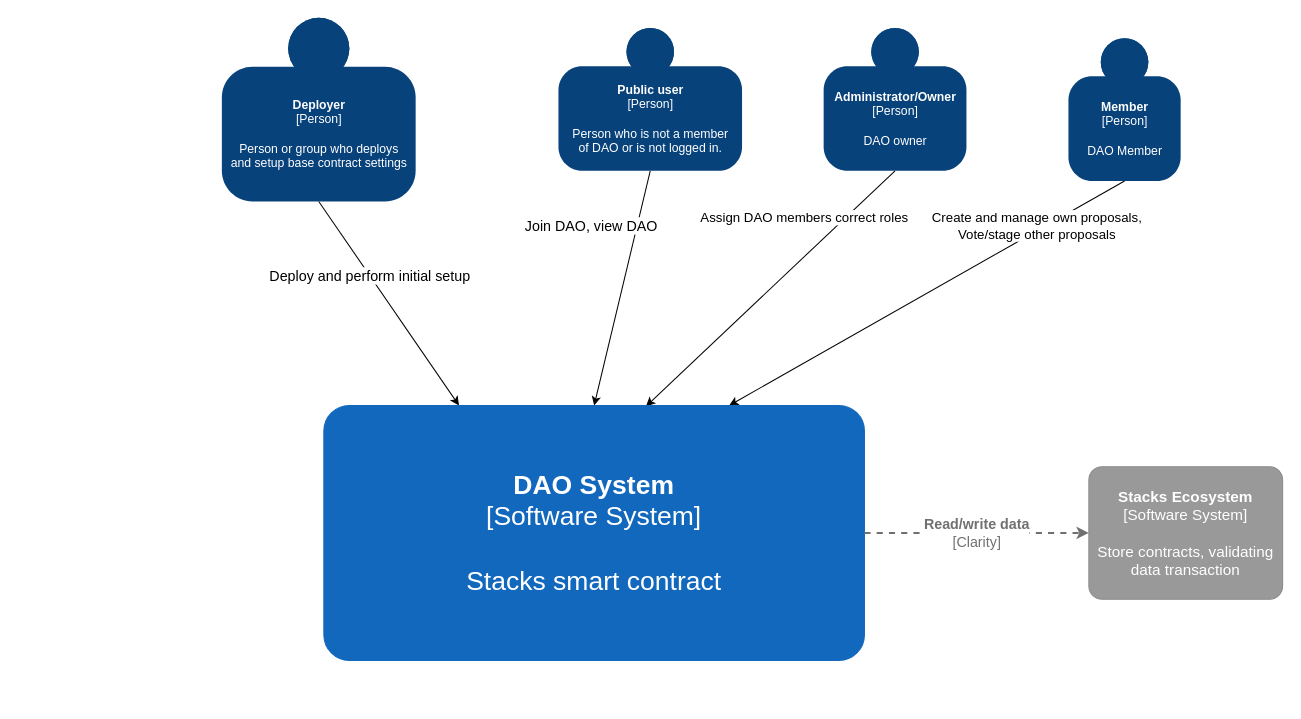
This is docs/DAO-1.2-layer1.drawio from syvita/daoos, a draw.io file, before an edit. Source tidied: cells renumbered, new cells numbered last; positions are measured from the earlier drawing's top-left corner, leaving out a move shared by most shapes. Both pictures are drawn from the tidied source at 102%, with x=0, y=0 at pixel (221, 17).
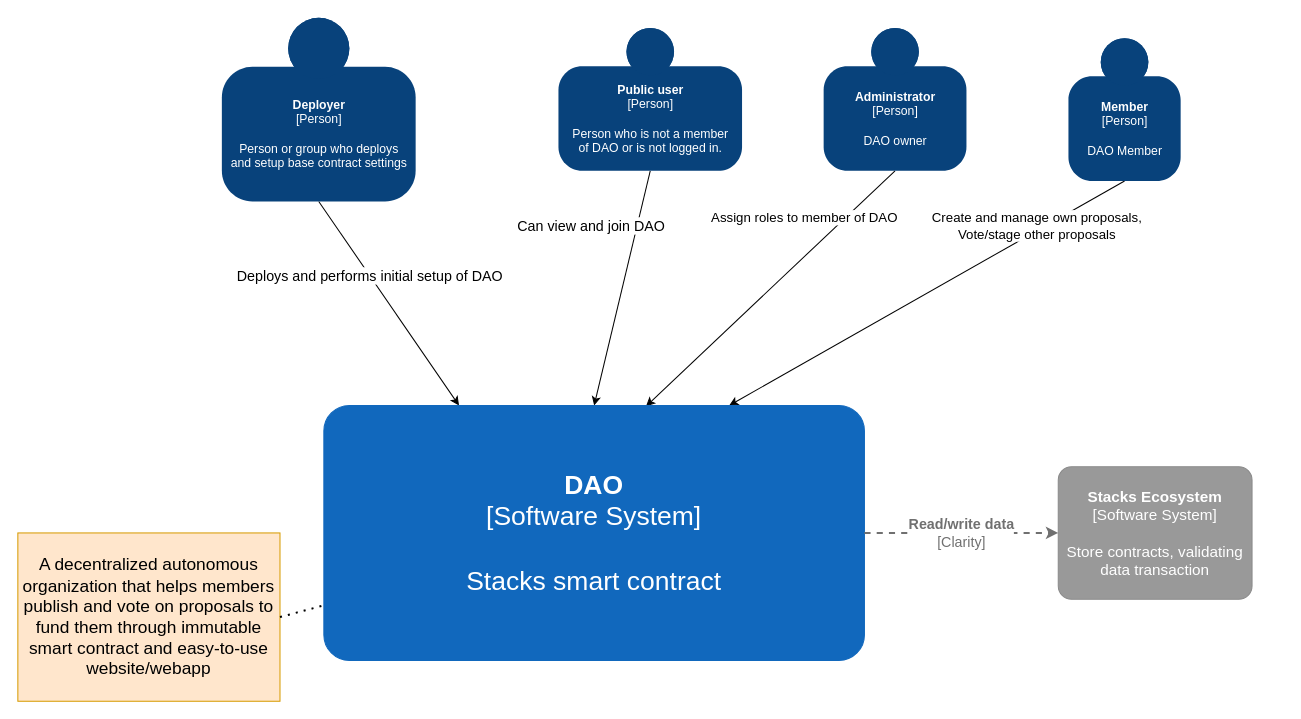
Above is the later version.

The change refers to these unchanged cells:
```xml
<mxCell id="2" style="endArrow=classic;html=1;exitX=0.5;exitY=1;exitDx=0;exitDy=0;exitPerimeter=0;entryX=0.25;entryY=0;entryDx=0;entryDy=0;entryPerimeter=0;" parent="1" edge="1" source="9" target="13">
  <mxGeometry relative="1" as="geometry" />
</mxCell>
<mxCell id="6" style="endArrow=classic;html=1;exitX=0.5;exitY=1;exitDx=0;exitDy=0;exitPerimeter=0;entryX=0.5;entryY=0;entryDx=0;entryDy=0;entryPerimeter=0;" parent="1" edge="1" source="12" target="13">
  <mxGeometry relative="1" as="geometry" />
</mxCell>
```

What changed in the source:
```diff
@@
-    <mxCell id="3" value="Deploy and perform initial setup" style="edgeLabel;html=1;align=center;verticalAlign=middle;fontSize=14;" parent="2" vertex="1">
+    <mxCell id="3" value="Deploys and performs initial setup of DAO" style="edgeLabel;html=1;align=center;verticalAlign=middle;fontSize=14;" parent="2" vertex="1">
       <mxGeometry x="0.12" y="3" relative="1" as="geometry">
         <mxPoint x="-30" y="-38" as="offset" />
       </mxGeometry>
     </mxCell>
@@
-    <mxCell id="7" value="Join DAO, view DAO" style="edgeLabel;html=1;align=center;verticalAlign=middle;fontSize=14;" parent="6" vertex="1">
+    <mxCell id="7" value="Can view and join DAO" style="edgeLabel;html=1;align=center;verticalAlign=middle;fontSize=14;" parent="6" vertex="1">
       <mxGeometry x="-0.13" y="-3" relative="1" as="geometry">
         <mxPoint x="-32" y="-46" as="offset" />
       </mxGeometry>
     </mxCell>
-    <mxCell id="8" value="Assign DAO members correct roles" style="endArrow=classic;html=1;exitX=0.5;exitY=1;exitDx=0;exitDy=0;exitPerimeter=0;entryX=0.596;entryY=0.003;entryDx=0;entryDy=0;entryPerimeter=0;fontSize=13;" parent="1" edge="1" source="10" target="13">
+    <mxCell id="8" value="Assign roles to member of DAO" style="endArrow=classic;html=1;exitX=0.5;exitY=1;exitDx=0;exitDy=0;exitPerimeter=0;entryX=0.596;entryY=0.003;entryDx=0;entryDy=0;entryPerimeter=0;fontSize=13;" parent="1" edge="1" source="10" target="13">
       <mxGeometry x="-0.43" y="-28" relative="1" as="geometry" />
     </mxCell>
@@
-    <object id="10" label="&lt;b&gt;%c4Name%&lt;/b&gt;&lt;div&gt;[%c4Type%]&lt;/div&gt;&lt;br&gt;&lt;div&gt;%c4Description%&lt;/div&gt;" c4Description="DAO owner" c4Name="Administrator/Owner" c4Type="Person" placeholders="1">
+    <object id="10" label="&lt;b&gt;%c4Name%&lt;/b&gt;&lt;div&gt;[%c4Type%]&lt;/div&gt;&lt;br&gt;&lt;div&gt;%c4Description%&lt;/div&gt;" c4Description="DAO owner" c4Name="Administrator" c4Type="Person" placeholders="1">
       <mxCell style="html=1;dashed=0;whitespace=wrap;fillColor=#08427b;strokeColor=none;fontColor=#ffffff;shape=mxgraph.c4.person;align=center;points=[[0.5,0,0],[1,0.5,0],[1,0.75,0],[0.75,1,0],[0.5,1,0],[0.25,1,0],[0,0.75,0],[0,0.5,0]];metaData={&quot;c4Type&quot;:{&quot;editable&quot;:false}};" parent="1" vertex="1">
         <mxGeometry x="590" y="10" width="140" height="140" as="geometry" />
       </mxCell>
     </object>
@@
-    <object id="13" label="&lt;b style=&quot;font-size: 26px;&quot;&gt;%c4Name%&lt;/b&gt;&lt;div style=&quot;font-size: 26px;&quot;&gt;[%c4Type%]&lt;/div&gt;&lt;br style=&quot;font-size: 26px;&quot;&gt;&lt;div style=&quot;font-size: 26px;&quot;&gt;%c4Description%&lt;/div&gt;" c4Description="Stacks smart contract" c4Name="DAO System " c4Type="Software System" placeholders="1">
+    <object id="13" label="&lt;b style=&quot;font-size: 26px;&quot;&gt;%c4Name%&lt;/b&gt;&lt;div style=&quot;font-size: 26px;&quot;&gt;[%c4Type%]&lt;/div&gt;&lt;br style=&quot;font-size: 26px;&quot;&gt;&lt;div style=&quot;font-size: 26px;&quot;&gt;%c4Description%&lt;/div&gt;" c4Description="Stacks smart contract" c4Name="DAO" c4Type="Software System" placeholders="1">
       <mxCell style="rounded=1;whiteSpace=wrap;html=1;labelBackgroundColor=none;fillColor=#1168BD;fontColor=#ffffff;align=center;arcSize=10;strokeColor=#1168BD;metaData={&quot;c4Type&quot;:{&quot;editable&quot;:false}};points=[[0.25,0,0],[0.5,0,0],[0.75,0,0],[1,0.25,0],[1,0.5,0],[1,0.75,0],[0.75,1,0],[0.5,1,0],[0.25,1,0],[0,0.75,0],[0,0.5,0],[0,0.25,0]];fontSize=26;" parent="1" vertex="1">
         <mxGeometry x="100" y="380" width="530" height="250" as="geometry" />
       </mxCell>
     </object>
     <object id="14" label="&lt;b style=&quot;font-size: 15px;&quot;&gt;%c4Name%&lt;/b&gt;&lt;div style=&quot;font-size: 15px;&quot;&gt;[%c4Type%]&lt;/div&gt;&lt;br style=&quot;font-size: 15px;&quot;&gt;&lt;div style=&quot;font-size: 15px;&quot;&gt;%c4Description%&lt;/div&gt;" c4Description="Store contracts, validating data transaction" c4Name="Stacks Ecosystem" c4Type="Software System" placeholders="1">
       <mxCell style="rounded=1;whiteSpace=wrap;html=1;labelBackgroundColor=none;fillColor=#999999;fontColor=#ffffff;align=center;arcSize=10;strokeColor=#8A8A8A;metaData={&quot;c4Type&quot;:{&quot;editable&quot;:false}};points=[[0.25,0,0],[0.5,0,0],[0.75,0,0],[1,0.25,0],[1,0.5,0],[1,0.75,0],[0.75,1,0],[0.5,1,0],[0.25,1,0],[0,0.75,0],[0,0.5,0],[0,0.25,0]];fontSize=15;" parent="1" vertex="1">
-        <mxGeometry x="850" y="440" width="190" height="130" as="geometry" />
+        <mxGeometry x="820" y="440" width="190" height="130" as="geometry" />
       </mxCell>
     </object>
@@
+    <mxCell id="16" value="A decentralized autonomous organization that helps members publish and vote on proposals to fund them through immutable smart contract and easy-to-use website/webapp" style="text;html=1;strokeColor=#d79b00;fillColor=#ffe6cc;align=center;verticalAlign=middle;whiteSpace=wrap;rounded=0;fontSize=17;" parent="1" vertex="1">
+      <mxGeometry x="-200" y="505" width="257" height="165" as="geometry" />
+    </mxCell>
+    <mxCell id="17" style="endArrow=none;dashed=1;html=1;dashPattern=1 3;strokeWidth=2;exitX=1;exitY=0.5;exitDx=0;exitDy=0;" parent="1" edge="1" source="16" target="13">
+      <mxGeometry relative="1" as="geometry" />
+    </mxCell>
```
